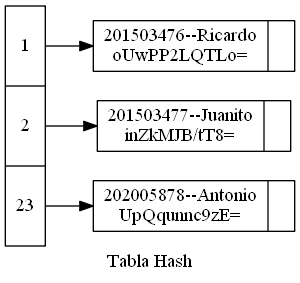
The Graphviz diagram EDD_Proyecto2/Reportes/Hash.png in hr9457/EDD_1S2020_PY2_201314296, before a commit. Its source is kept beside it as EDD_Proyecto2/ArchivosDot/Hash.dot.
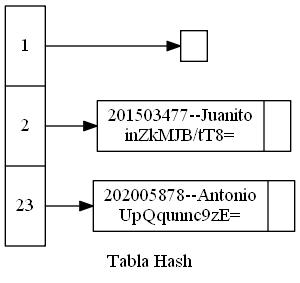
The same diagram one commit later.

What changed in the source:
```diff
@@ -3,7 +3,7 @@
 rankdir=LR;
 node [shape=record,width=0.1,height=0.1];
 nodo0 [label = "  <f0>1| <f1>2| <f2>23 " , height=2.5];
-nodo1[label = " {201503476--Ricardo\noUwPP2LQTLo=|}"];
+nodo1[label = " {}"];
 nodo2[label = " {201503477--Juanito\ninZkMJB/tT8=|}"];
 nodo3[label = " {202005878--Antonio\nUpQqunnc9zE=|}"];
 
```
